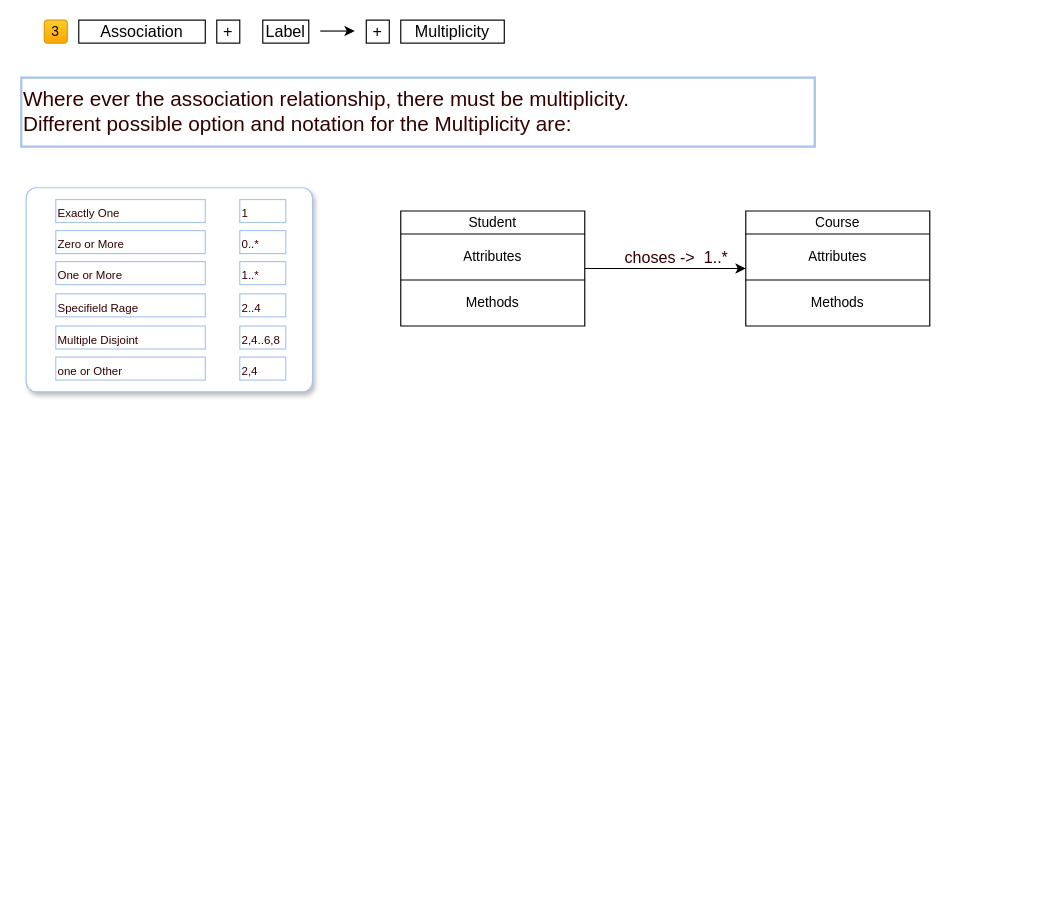
Before: page "Association" (2 of 5) of Default Diagrams.drawio in marioBdev/Default-Software-Diagrams, a draw.io diagram. Source tidied: cells renumbered, new cells numbered last; positions are measured from the earlier drawing's top-left corner, leaving out a move shared by most shapes. Both pictures are drawn from the tidied source at 115%, with x=0, y=0 at pixel (21, 20).
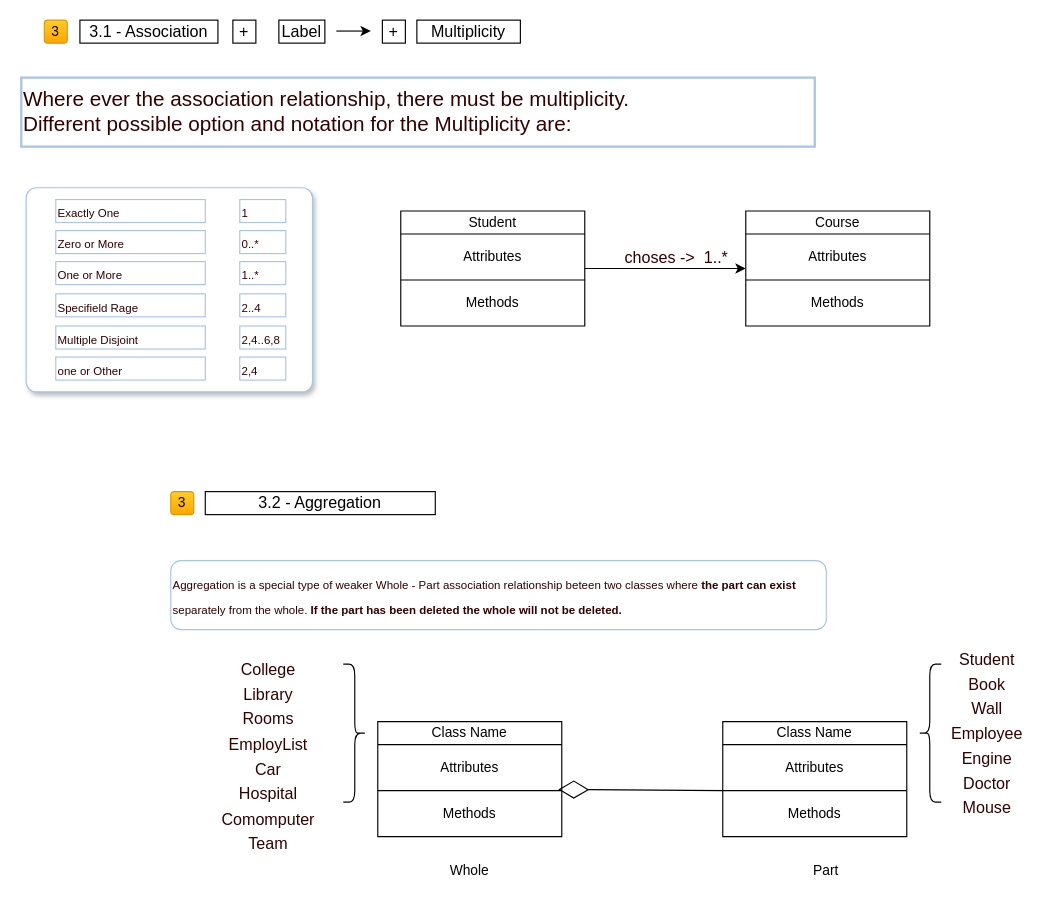
The same diagram, later.

Diff of the diagram source:
```diff
@@
-    <mxCell id="2" value="&lt;span style=&quot;font-size: 14px&quot;&gt;Association&lt;/span&gt;" style="rounded=0;whiteSpace=wrap;html=1;" parent="1" vertex="1">
-      <mxGeometry x="50" width="110" height="20" as="geometry" />
+    <mxCell id="2" value="&lt;span style=&quot;font-size: 14px&quot;&gt;3.1 - Association&lt;/span&gt;" style="rounded=0;whiteSpace=wrap;html=1;" parent="1" vertex="1">
+      <mxGeometry x="51" width="120" height="20" as="geometry" />
     </mxCell>
@@
     <mxCell id="20" value="&lt;span style=&quot;font-size: 14px&quot;&gt;+&lt;/span&gt;" style="rounded=0;whiteSpace=wrap;html=1;" parent="1" vertex="1">
-      <mxGeometry x="170" width="20" height="20" as="geometry" />
+      <mxGeometry x="184" width="20" height="20" as="geometry" />
     </mxCell>
     <mxCell id="21" value="&lt;span style=&quot;font-size: 14px&quot;&gt;Label&lt;/span&gt;" style="rounded=0;whiteSpace=wrap;html=1;" parent="1" vertex="1">
-      <mxGeometry x="210" width="40" height="20" as="geometry" />
+      <mxGeometry x="224" width="40" height="20" as="geometry" />
     </mxCell>
     <mxCell id="22" value="&lt;span style=&quot;font-size: 14px&quot;&gt;+&lt;/span&gt;" style="rounded=0;whiteSpace=wrap;html=1;" parent="1" vertex="1">
-      <mxGeometry x="300" width="20" height="20" as="geometry" />
+      <mxGeometry x="314" width="20" height="20" as="geometry" />
     </mxCell>
     <mxCell id="23" style="edgeStyle=orthogonalEdgeStyle;rounded=0;orthogonalLoop=1;jettySize=auto;html=1;fontSize=18;fontColor=#330000;" parent="1" edge="1">
       <mxGeometry relative="1" as="geometry">
-        <mxPoint x="260" y="9.5" as="sourcePoint" />
-        <mxPoint x="290" y="10" as="targetPoint" />
+        <mxPoint x="274" y="9.5" as="sourcePoint" />
+        <mxPoint x="304" y="10" as="targetPoint" />
       </mxGeometry>
     </mxCell>
     <mxCell id="24" value="&lt;span style=&quot;font-size: 14px&quot;&gt;Multiplicity&lt;/span&gt;" style="rounded=0;whiteSpace=wrap;html=1;" parent="1" vertex="1">
-      <mxGeometry x="330" width="90" height="20" as="geometry" />
+      <mxGeometry x="344" width="90" height="20" as="geometry" />
     </mxCell>
@@
+    <mxCell id="40" style="shape=table;html=1;whiteSpace=wrap;startSize=0;childLayout=tableLayout;" parent="1" vertex="1">
+      <mxGeometry x="310" y="610" width="160" height="100" as="geometry" />
+    </mxCell>
+    <mxCell id="41" style="shape=partialRectangle;html=1;whiteSpace=wrap;fillColor=none;top=0;left=0;bottom=0;right=0;" parent="40" vertex="1">
+      <mxGeometry width="160" height="20" as="geometry" />
+    </mxCell>
+    <mxCell id="42" value="Class Name" style="shape=partialRectangle;html=1;whiteSpace=wrap;overflow=hidden;fillColor=none;top=0;left=0;bottom=0;right=0;" parent="41" vertex="1">
+      <mxGeometry width="160" height="20" as="geometry" />
+    </mxCell>
+    <mxCell id="43" style="shape=partialRectangle;html=1;whiteSpace=wrap;fillColor=none;top=0;left=0;bottom=0;right=0;" parent="40" vertex="1">
+      <mxGeometry y="20" width="160" height="40" as="geometry" />
+    </mxCell>
+    <mxCell id="44" value="Attributes" style="shape=partialRectangle;html=1;whiteSpace=wrap;overflow=hidden;fillColor=none;top=0;left=0;bottom=0;right=0;" parent="43" vertex="1">
+      <mxGeometry width="160" height="40" as="geometry" />
+    </mxCell>
+    <mxCell id="45" style="shape=partialRectangle;html=1;whiteSpace=wrap;fillColor=none;top=0;left=0;bottom=0;right=0;points=[[0,0.5],[1,0.5]];portConstraint=eastwest;" parent="40" vertex="1">
+      <mxGeometry y="60" width="160" height="40" as="geometry" />
+    </mxCell>
+    <mxCell id="46" value="Methods" style="shape=partialRectangle;html=1;whiteSpace=wrap;overflow=hidden;fillColor=none;top=0;left=0;bottom=0;right=0;" parent="45" vertex="1">
+      <mxGeometry width="160" height="40" as="geometry" />
+    </mxCell>
+    <mxCell id="47" style="shape=table;html=1;whiteSpace=wrap;startSize=0;childLayout=tableLayout;" parent="1" vertex="1">
+      <mxGeometry x="610" y="610" width="160" height="100" as="geometry" />
+    </mxCell>
+    <mxCell id="48" style="shape=partialRectangle;html=1;whiteSpace=wrap;fillColor=none;top=0;left=0;bottom=0;right=0;" parent="47" vertex="1">
+      <mxGeometry width="160" height="20" as="geometry" />
+    </mxCell>
+    <mxCell id="49" value="Class Name" style="shape=partialRectangle;html=1;whiteSpace=wrap;overflow=hidden;fillColor=none;top=0;left=0;bottom=0;right=0;" parent="48" vertex="1">
+      <mxGeometry width="160" height="20" as="geometry" />
+    </mxCell>
+    <mxCell id="50" style="shape=partialRectangle;html=1;whiteSpace=wrap;fillColor=none;top=0;left=0;bottom=0;right=0;points=[[0,0.5],[1,0.5]];portConstraint=eastwest;" parent="47" vertex="1">
+      <mxGeometry y="20" width="160" height="40" as="geometry" />
+    </mxCell>
+    <mxCell id="51" value="Attributes" style="shape=partialRectangle;html=1;whiteSpace=wrap;overflow=hidden;fillColor=none;top=0;left=0;bottom=0;right=0;" parent="50" vertex="1">
+      <mxGeometry width="160" height="40" as="geometry" />
+    </mxCell>
+    <mxCell id="52" style="shape=partialRectangle;html=1;whiteSpace=wrap;fillColor=none;top=0;left=0;bottom=0;right=0;" parent="47" vertex="1">
+      <mxGeometry y="60" width="160" height="40" as="geometry" />
+    </mxCell>
+    <mxCell id="53" value="Methods" style="shape=partialRectangle;html=1;whiteSpace=wrap;overflow=hidden;fillColor=none;top=0;left=0;bottom=0;right=0;" parent="52" vertex="1">
+      <mxGeometry width="160" height="40" as="geometry" />
+    </mxCell>
+    <mxCell id="54" value="&lt;font style=&quot;font-size: 14px&quot;&gt;College&lt;br&gt;Library&lt;br&gt;Rooms&lt;br&gt;EmployList&lt;br&gt;Car&lt;br&gt;Hospital&lt;br&gt;Comomputer&lt;br&gt;Team&lt;br&gt;&lt;/font&gt;" style="text;html=1;strokeColor=none;fillColor=none;align=center;verticalAlign=middle;whiteSpace=wrap;rounded=0;fontSize=18;fontColor=#330000;" parent="1" vertex="1">
+      <mxGeometry x="170" y="570" width="90" height="140" as="geometry" />
+    </mxCell>
+    <mxCell id="55" value="&lt;font size=&quot;1&quot;&gt;Aggregation is a special type of weaker Whole - Part association relationship beteen two classes where &lt;b&gt;the part can exist &lt;/b&gt;separately from the whole. &lt;b&gt;If the part has been deleted the whole will not be deleted.&lt;/b&gt;&lt;/font&gt;" style="rounded=1;whiteSpace=wrap;html=1;fontSize=18;fontColor=#330000;strokeColor=#A9C4EB;align=left;" parent="1" vertex="1">
+      <mxGeometry x="130" y="470" width="570" height="60" as="geometry" />
+    </mxCell>
+    <mxCell id="56" value="&lt;span style=&quot;font-size: 14px&quot;&gt;3.2 - Aggregation&lt;/span&gt;" style="rounded=0;whiteSpace=wrap;html=1;" parent="1" vertex="1">
+      <mxGeometry x="160" y="410" width="200" height="20" as="geometry" />
+    </mxCell>
+    <mxCell id="57" value="3" style="rounded=1;whiteSpace=wrap;html=1;fillColor=#ffcd28;strokeColor=#d79b00;gradientColor=#ffa500;" parent="1" vertex="1">
+      <mxGeometry x="130" y="410" width="20" height="20" as="geometry" />
+    </mxCell>
+    <mxCell id="58" value="Whole" style="text;html=1;strokeColor=none;fillColor=none;align=center;verticalAlign=middle;whiteSpace=wrap;rounded=0;" parent="1" vertex="1">
+      <mxGeometry x="370" y="730" width="40" height="20" as="geometry" />
+    </mxCell>
+    <mxCell id="59" value="Part" style="text;html=1;strokeColor=none;fillColor=none;align=center;verticalAlign=middle;whiteSpace=wrap;rounded=0;" parent="1" vertex="1">
+      <mxGeometry x="680" y="730" width="40" height="20" as="geometry" />
+    </mxCell>
+    <mxCell id="60" style="endArrow=diamondThin;endFill=0;endSize=24;html=1;exitX=0;exitY=1;exitDx=0;exitDy=0;exitPerimeter=0;entryX=0.981;entryY=-0.025;entryDx=0;entryDy=0;entryPerimeter=0;" parent="1" edge="1" source="50" target="45">
+      <mxGeometry relative="1" as="geometry" />
+    </mxCell>
+    <mxCell id="61" style="shape=curlyBracket;whiteSpace=wrap;html=1;rounded=1;direction=west;" parent="1" vertex="1">
+      <mxGeometry x="280" y="560" width="20" height="120" as="geometry" />
+    </mxCell>
+    <mxCell id="62" value="&lt;span style=&quot;font-size: 14px&quot;&gt;Student&lt;br&gt;Book&lt;br&gt;Wall&lt;br&gt;Employee&lt;br&gt;Engine&lt;br&gt;Doctor&lt;br&gt;Mouse&lt;br&gt;&lt;/span&gt;" style="text;html=1;strokeColor=none;fillColor=none;align=center;verticalAlign=middle;whiteSpace=wrap;rounded=0;fontSize=18;fontColor=#330000;" parent="1" vertex="1">
+      <mxGeometry x="810" y="540" width="60" height="160" as="geometry" />
+    </mxCell>
+    <mxCell id="63" style="shape=curlyBracket;whiteSpace=wrap;html=1;rounded=1;direction=east;" parent="1" vertex="1">
+      <mxGeometry x="780" y="560" width="20" height="120" as="geometry" />
+    </mxCell>
```
